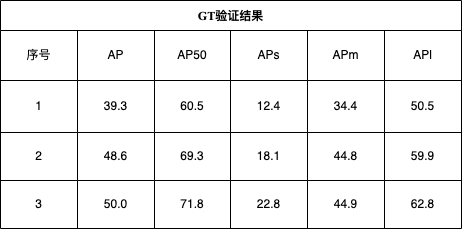
Earlier version of the draw.io export result1.png (johnran103/diagrams). Source tidied: cells renumbered, new cells last; positions are measured from the earlier drawing's top-left corner, leaving out a move shared by most shapes.
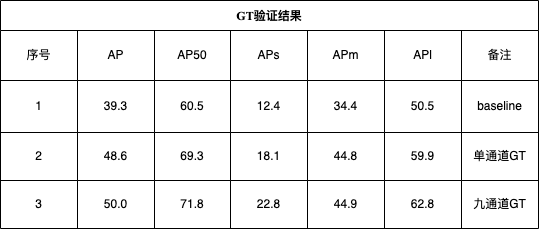
The same diagram one commit later.

Change to the diagram source:
```diff
@@ -3,10 +3,10 @@
     <mxCell id="0" />
     <mxCell id="1" parent="0" />
     <mxCell id="2" value="GT验证结果" style="shape=table;startSize=30;fontStyle=1;align=center;fontFamily=Times New Roman;" parent="1" vertex="1">
-      <mxGeometry width="461" height="228" as="geometry" />
+      <mxGeometry width="538" height="228" as="geometry" />
     </mxCell>
     <mxCell id="3" style="shape=tableRow;horizontal=0;startSize=0;swimlaneHead=0;swimlaneBody=0;top=0;left=0;bottom=0;right=0;fillColor=none;" parent="2" vertex="1">
-      <mxGeometry y="30" width="461" height="50" as="geometry" />
+      <mxGeometry y="30" width="538" height="50" as="geometry" />
     </mxCell>
     <mxCell id="4" value="序号" style="shape=partialRectangle;html=1;whiteSpace=wrap;fillColor=none;top=0;left=0;bottom=0;right=0;overflow=hidden;" parent="3" vertex="1">
       <mxGeometry width="77" height="50" as="geometry" />
@@ -26,8 +26,11 @@
     <mxCell id="9" value="APl" style="shape=partialRectangle;html=1;whiteSpace=wrap;fillColor=none;top=0;left=0;bottom=0;right=0;overflow=hidden;" parent="3" vertex="1">
       <mxGeometry x="384" width="77" height="50" as="geometry" />
     </mxCell>
+    <mxCell id="31" value="备注" style="shape=partialRectangle;html=1;whiteSpace=wrap;fillColor=none;top=0;left=0;bottom=0;right=0;overflow=hidden;" parent="3" vertex="1">
+      <mxGeometry x="461" width="77" height="50" as="geometry" />
+    </mxCell>
     <mxCell id="10" style="shape=tableRow;horizontal=0;startSize=0;swimlaneHead=0;swimlaneBody=0;top=0;left=0;bottom=0;right=0;fillColor=none;" parent="2" vertex="1">
-      <mxGeometry y="80" width="461" height="52" as="geometry" />
+      <mxGeometry y="80" width="538" height="52" as="geometry" />
     </mxCell>
     <mxCell id="11" value="1" style="shape=partialRectangle;html=1;whiteSpace=wrap;fillColor=none;top=0;left=0;bottom=0;right=0;overflow=hidden;" parent="10" vertex="1">
       <mxGeometry width="77" height="52" as="geometry" />
@@ -47,8 +50,11 @@
     <mxCell id="16" value="50.5" style="shape=partialRectangle;html=1;whiteSpace=wrap;fillColor=none;top=0;left=0;bottom=0;right=0;overflow=hidden;" parent="10" vertex="1">
       <mxGeometry x="384" width="77" height="52" as="geometry" />
     </mxCell>
+    <mxCell id="32" value="baseline" style="shape=partialRectangle;html=1;whiteSpace=wrap;fillColor=none;top=0;left=0;bottom=0;right=0;overflow=hidden;" parent="10" vertex="1">
+      <mxGeometry x="461" width="77" height="52" as="geometry" />
+    </mxCell>
     <mxCell id="17" style="shape=tableRow;horizontal=0;startSize=0;swimlaneHead=0;swimlaneBody=0;top=0;left=0;bottom=0;right=0;fillColor=none;" parent="2" vertex="1">
-      <mxGeometry y="132" width="461" height="48" as="geometry" />
+      <mxGeometry y="132" width="538" height="48" as="geometry" />
     </mxCell>
     <mxCell id="18" value="2" style="shape=partialRectangle;html=1;whiteSpace=wrap;fillColor=none;top=0;left=0;bottom=0;right=0;overflow=hidden;" parent="17" vertex="1">
       <mxGeometry width="77" height="48" as="geometry" />
@@ -68,8 +74,11 @@
     <mxCell id="23" value="59.9" style="shape=partialRectangle;html=1;whiteSpace=wrap;fillColor=none;top=0;left=0;bottom=0;right=0;overflow=hidden;" parent="17" vertex="1">
       <mxGeometry x="384" width="77" height="48" as="geometry" />
     </mxCell>
+    <mxCell id="33" value="单通道GT" style="shape=partialRectangle;html=1;whiteSpace=wrap;fillColor=none;top=0;left=0;bottom=0;right=0;overflow=hidden;" parent="17" vertex="1">
+      <mxGeometry x="461" width="77" height="48" as="geometry" />
+    </mxCell>
     <mxCell id="24" style="shape=tableRow;horizontal=0;startSize=0;swimlaneHead=0;swimlaneBody=0;top=0;left=0;bottom=0;right=0;fillColor=none;" parent="2" vertex="1">
-      <mxGeometry y="180" width="461" height="48" as="geometry" />
+      <mxGeometry y="180" width="538" height="48" as="geometry" />
     </mxCell>
     <mxCell id="25" value="3" style="shape=partialRectangle;html=1;whiteSpace=wrap;fillColor=none;top=0;left=0;bottom=0;right=0;overflow=hidden;" parent="24" vertex="1">
       <mxGeometry width="77" height="48" as="geometry" />
@@ -89,5 +98,8 @@
     <mxCell id="30" value="62.8" style="shape=partialRectangle;html=1;whiteSpace=wrap;fillColor=none;top=0;left=0;bottom=0;right=0;overflow=hidden;" parent="24" vertex="1">
       <mxGeometry x="384" width="77" height="48" as="geometry" />
     </mxCell>
+    <mxCell id="34" value="九通道GT" style="shape=partialRectangle;html=1;whiteSpace=wrap;fillColor=none;top=0;left=0;bottom=0;right=0;overflow=hidden;" parent="24" vertex="1">
+      <mxGeometry x="461" width="77" height="48" as="geometry" />
+    </mxCell>
   </root>
 </mxGraphModel>
```
